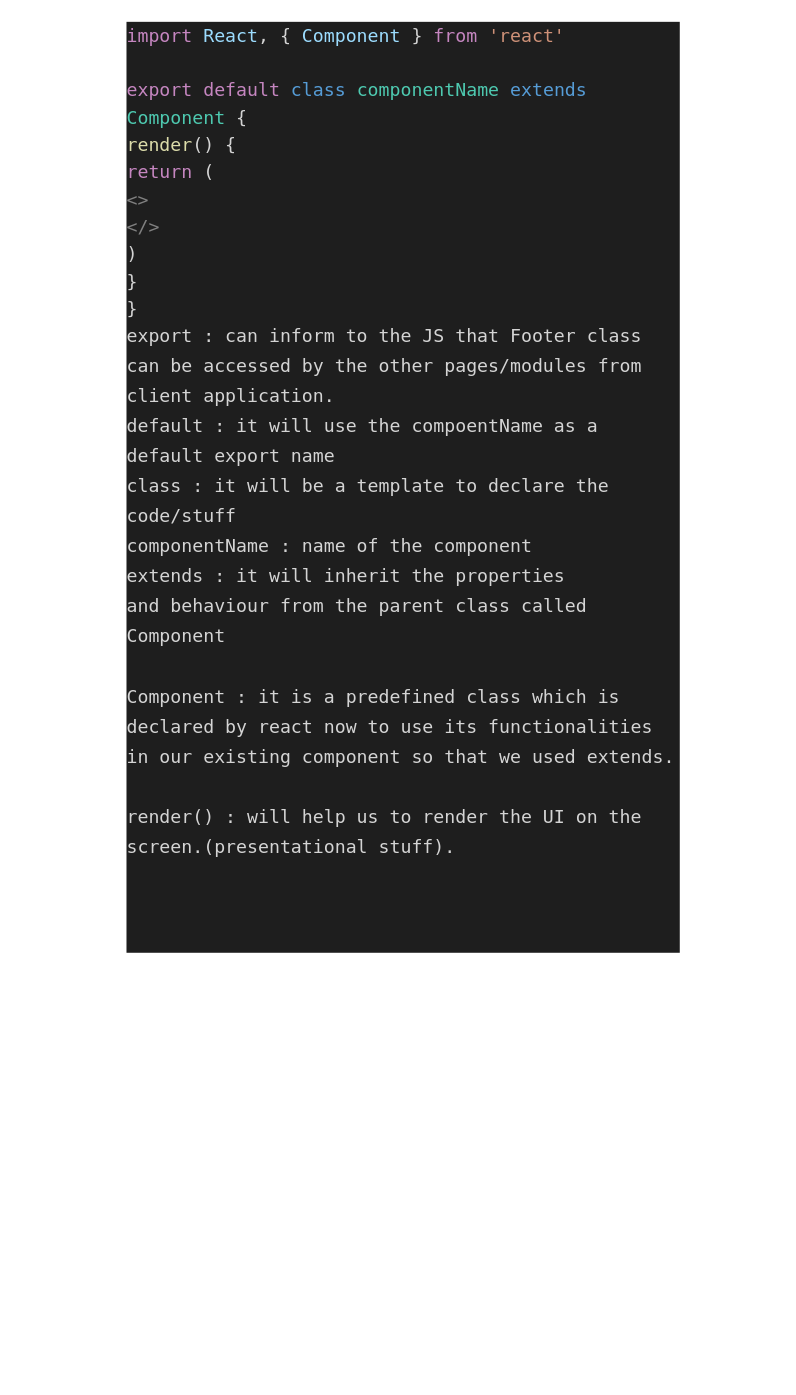
Earlier version of the draw.io diagram page "Page-9" (9 of 9) of Untitled Diagram.drawio (abhinandanchivate/khweekendMERN). Source tidied: cells renumbered, new cells numbered last; positions are measured from the earlier drawing's top-left corner, leaving out a move shared by most shapes. Both pictures are drawn from the tidied source at 91%, with x=0, y=0 at pixel (125, 15). Pictures stored in the file or linked from it are replaced by grey dashed boxes.
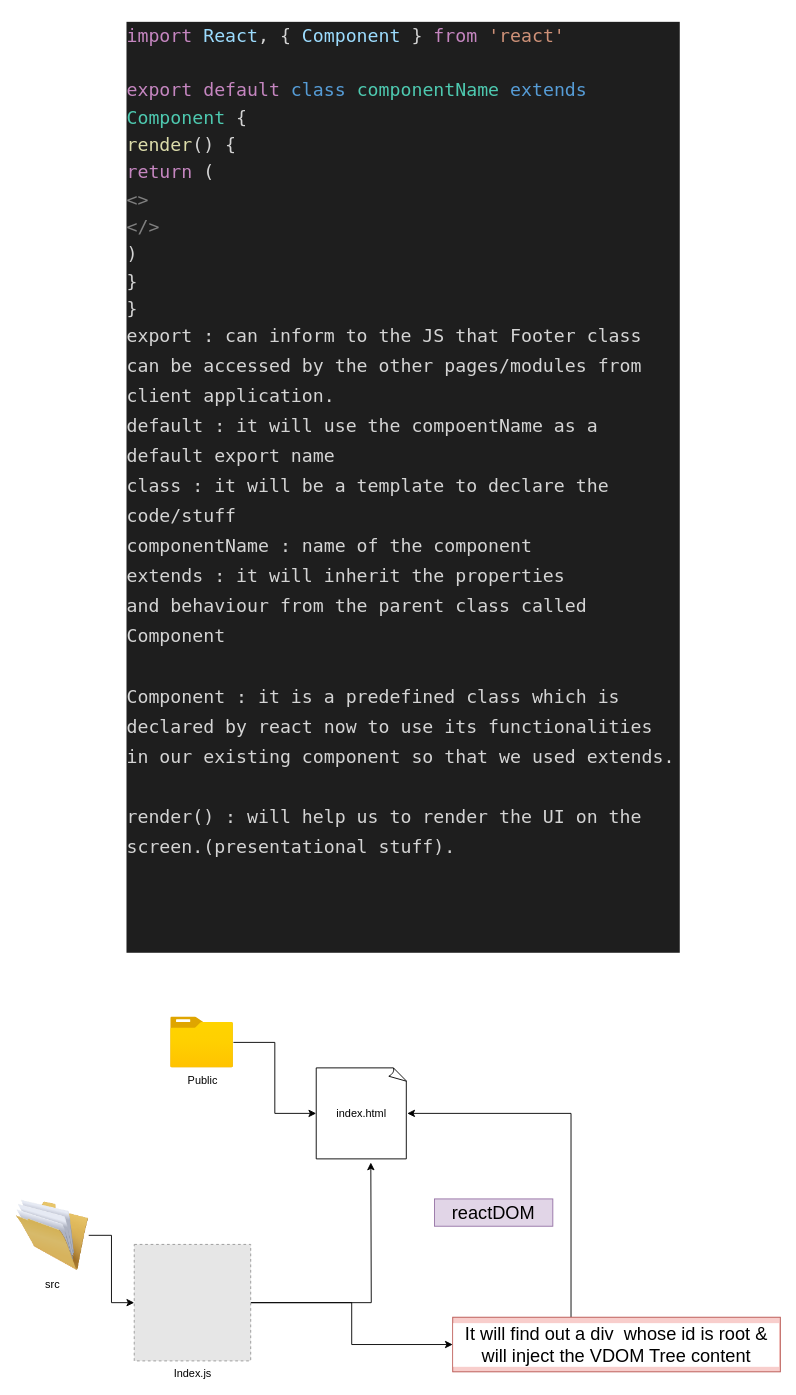
Above is the later version.

Diff of the diagram source:
```diff
@@
 <mxGraphModel>
   <root>
     <mxCell id="0" />
     <mxCell id="1" parent="0" />
     <mxCell id="2" value="&lt;div style=&quot;text-align: start; text-indent: 0px; background-color: rgb(30, 30, 30); line-height: 30px;&quot;&gt;&lt;div style=&quot;color: rgb(212, 212, 212); font-family: Menlo, Monaco, &amp;quot;Courier New&amp;quot;, monospace; font-size: 20px; font-style: normal; font-variant-caps: normal; font-weight: normal; letter-spacing: normal; text-transform: none; word-spacing: 0px; text-decoration: none; -webkit-text-stroke-width: 0px;&quot;&gt;&lt;span style=&quot;color: rgb(197, 134, 192);&quot;&gt;import&lt;/span&gt;&lt;span style=&quot;color: rgb(212, 212, 212);&quot;&gt; &lt;/span&gt;&lt;span style=&quot;color: rgb(156, 220, 254);&quot;&gt;React&lt;/span&gt;&lt;span style=&quot;color: rgb(212, 212, 212);&quot;&gt;, { &lt;/span&gt;&lt;span style=&quot;color: rgb(156, 220, 254);&quot;&gt;Component&lt;/span&gt;&lt;span style=&quot;color: rgb(212, 212, 212);&quot;&gt; } &lt;/span&gt;&lt;span style=&quot;color: rgb(197, 134, 192);&quot;&gt;from&lt;/span&gt;&lt;span style=&quot;color: rgb(212, 212, 212);&quot;&gt; &lt;/span&gt;&lt;span style=&quot;color: rgb(206, 145, 120);&quot;&gt;'react'&lt;/span&gt;&lt;/div&gt;&lt;br&gt;&lt;div style=&quot;color: rgb(212, 212, 212); font-family: Menlo, Monaco, &amp;quot;Courier New&amp;quot;, monospace; font-size: 20px; font-style: normal; font-variant-caps: normal; font-weight: normal; letter-spacing: normal; text-transform: none; word-spacing: 0px; text-decoration: none; -webkit-text-stroke-width: 0px;&quot;&gt;&lt;span style=&quot;color: rgb(197, 134, 192);&quot;&gt;export&lt;/span&gt;&lt;span style=&quot;color: rgb(212, 212, 212);&quot;&gt; &lt;/span&gt;&lt;span style=&quot;color: rgb(197, 134, 192);&quot;&gt;default&lt;/span&gt;&lt;span style=&quot;color: rgb(212, 212, 212);&quot;&gt; &lt;/span&gt;&lt;span style=&quot;color: rgb(86, 156, 214);&quot;&gt;class&lt;/span&gt;&lt;span style=&quot;color: rgb(212, 212, 212);&quot;&gt; &lt;/span&gt;&lt;span style=&quot;color: rgb(78, 201, 176);&quot;&gt;componentName&lt;/span&gt;&lt;span style=&quot;color: rgb(212, 212, 212);&quot;&gt; &lt;/span&gt;&lt;span style=&quot;color: rgb(86, 156, 214);&quot;&gt;extends&lt;/span&gt;&lt;span style=&quot;color: rgb(212, 212, 212);&quot;&gt; &lt;/span&gt;&lt;span style=&quot;color: rgb(78, 201, 176);&quot;&gt;Component&lt;/span&gt;&lt;span style=&quot;color: rgb(212, 212, 212);&quot;&gt; {&lt;/span&gt;&lt;/div&gt;&lt;div style=&quot;color: rgb(212, 212, 212); font-family: Menlo, Monaco, &amp;quot;Courier New&amp;quot;, monospace; font-size: 20px; font-style: normal; font-variant-caps: normal; font-weight: normal; letter-spacing: normal; text-transform: none; word-spacing: 0px; text-decoration: none; -webkit-text-stroke-width: 0px;&quot;&gt;&lt;span style=&quot;color: rgb(212, 212, 212);&quot;&gt;  &lt;/span&gt;&lt;span style=&quot;color: rgb(220, 220, 170);&quot;&gt;render&lt;/span&gt;&lt;span style=&quot;color: rgb(212, 212, 212);&quot;&gt;() {&lt;/span&gt;&lt;/div&gt;&lt;div style=&quot;color: rgb(212, 212, 212); font-family: Menlo, Monaco, &amp;quot;Courier New&amp;quot;, monospace; font-size: 20px; font-style: normal; font-variant-caps: normal; font-weight: normal; letter-spacing: normal; text-transform: none; word-spacing: 0px; text-decoration: none; -webkit-text-stroke-width: 0px;&quot;&gt;&lt;span style=&quot;color: rgb(212, 212, 212);&quot;&gt;    &lt;/span&gt;&lt;span style=&quot;color: rgb(197, 134, 192);&quot;&gt;return&lt;/span&gt;&lt;span style=&quot;color: rgb(212, 212, 212);&quot;&gt; (&lt;/span&gt;&lt;/div&gt;&lt;div style=&quot;color: rgb(212, 212, 212); font-family: Menlo, Monaco, &amp;quot;Courier New&amp;quot;, monospace; font-size: 20px; font-style: normal; font-variant-caps: normal; font-weight: normal; letter-spacing: normal; text-transform: none; word-spacing: 0px; text-decoration: none; -webkit-text-stroke-width: 0px;&quot;&gt;&lt;span style=&quot;color: rgb(212, 212, 212);&quot;&gt;      &lt;/span&gt;&lt;span style=&quot;color: rgb(128, 128, 128);&quot;&gt;&amp;lt;&amp;gt;&lt;/span&gt;&lt;/div&gt;&lt;div style=&quot;color: rgb(212, 212, 212); font-family: Menlo, Monaco, &amp;quot;Courier New&amp;quot;, monospace; font-size: 20px; font-style: normal; font-variant-caps: normal; font-weight: normal; letter-spacing: normal; text-transform: none; word-spacing: 0px; text-decoration: none; -webkit-text-stroke-width: 0px;&quot;&gt;&lt;span style=&quot;color: rgb(212, 212, 212);&quot;&gt;        &lt;/span&gt;&lt;/div&gt;&lt;div style=&quot;color: rgb(212, 212, 212); font-family: Menlo, Monaco, &amp;quot;Courier New&amp;quot;, monospace; font-size: 20px; font-style: normal; font-variant-caps: normal; font-weight: normal; letter-spacing: normal; text-transform: none; word-spacing: 0px; text-decoration: none; -webkit-text-stroke-width: 0px;&quot;&gt;&lt;span style=&quot;color: rgb(212, 212, 212);&quot;&gt;      &lt;/span&gt;&lt;span style=&quot;color: rgb(128, 128, 128);&quot;&gt;&amp;lt;/&amp;gt;&lt;/span&gt;&lt;/div&gt;&lt;div style=&quot;color: rgb(212, 212, 212); font-family: Menlo, Monaco, &amp;quot;Courier New&amp;quot;, monospace; font-size: 20px; font-style: normal; font-variant-caps: normal; font-weight: normal; letter-spacing: normal; text-transform: none; word-spacing: 0px; text-decoration: none; -webkit-text-stroke-width: 0px;&quot;&gt;&lt;span style=&quot;color: rgb(212, 212, 212);&quot;&gt;    )&lt;/span&gt;&lt;/div&gt;&lt;div style=&quot;color: rgb(212, 212, 212); font-family: Menlo, Monaco, &amp;quot;Courier New&amp;quot;, monospace; font-size: 20px; font-style: normal; font-variant-caps: normal; font-weight: normal; letter-spacing: normal; text-transform: none; word-spacing: 0px; text-decoration: none; -webkit-text-stroke-width: 0px;&quot;&gt;&lt;span style=&quot;color: rgb(212, 212, 212);&quot;&gt;  }&lt;/span&gt;&lt;/div&gt;&lt;div style=&quot;color: rgb(212, 212, 212); font-family: Menlo, Monaco, &amp;quot;Courier New&amp;quot;, monospace; font-size: 20px; font-style: normal; font-variant-caps: normal; font-weight: normal; letter-spacing: normal; text-transform: none; word-spacing: 0px; text-decoration: none; -webkit-text-stroke-width: 0px;&quot;&gt;&lt;span style=&quot;color: rgb(212, 212, 212);&quot;&gt;}&lt;/span&gt;&lt;/div&gt;&lt;div&gt;&lt;font face=&quot;Menlo, Monaco, Courier New, monospace&quot; color=&quot;#d4d4d4&quot;&gt;&lt;span style=&quot;font-size: 20px;&quot;&gt;export : can inform to the JS&amp;nbsp;that Footer class can be accessed by the other pages/modules from client application.&lt;/span&gt;&lt;/font&gt;&lt;/div&gt;&lt;div&gt;&lt;font face=&quot;Menlo, Monaco, Courier New, monospace&quot; color=&quot;#d4d4d4&quot;&gt;&lt;span style=&quot;font-size: 20px;&quot;&gt;default : it will use the compoentName as a default export name&lt;/span&gt;&lt;/font&gt;&lt;/div&gt;&lt;div&gt;&lt;font face=&quot;Menlo, Monaco, Courier New, monospace&quot; color=&quot;#d4d4d4&quot;&gt;&lt;span style=&quot;font-size: 20px;&quot;&gt;class : it will be a template to declare the code/stuff&lt;/span&gt;&lt;/font&gt;&lt;/div&gt;&lt;div&gt;&lt;font face=&quot;Menlo, Monaco, Courier New, monospace&quot; color=&quot;#d4d4d4&quot;&gt;&lt;span style=&quot;caret-color: rgb(212, 212, 212); font-size: 20px;&quot;&gt;componentName : name of the&amp;nbsp;component&lt;/span&gt;&lt;/font&gt;&lt;/div&gt;&lt;div&gt;&lt;font face=&quot;Menlo, Monaco, Courier New, monospace&quot; color=&quot;#d4d4d4&quot;&gt;&lt;span style=&quot;font-size: 20px;&quot;&gt;extends : it will&amp;nbsp;inherit the properties and&amp;nbsp;&lt;/span&gt;&lt;span style=&quot;caret-color: rgb(212, 212, 212); font-size: 20px;&quot;&gt;behaviour from the parent class called Component&lt;/span&gt;&lt;/font&gt;&lt;/div&gt;&lt;div&gt;&lt;font face=&quot;Menlo, Monaco, Courier New, monospace&quot; color=&quot;#d4d4d4&quot;&gt;&lt;span style=&quot;caret-color: rgb(212, 212, 212); font-size: 20px;&quot;&gt;&lt;br&gt;&lt;/span&gt;&lt;/font&gt;&lt;/div&gt;&lt;div&gt;&lt;font face=&quot;Menlo, Monaco, Courier New, monospace&quot; color=&quot;#d4d4d4&quot;&gt;&lt;span style=&quot;caret-color: rgb(212, 212, 212); font-size: 20px;&quot;&gt;Component : it is a predefined class which is declared by react now to use its functionalities in our&amp;nbsp;existing component so that we used extends.&lt;/span&gt;&lt;/font&gt;&lt;/div&gt;&lt;div&gt;&lt;font face=&quot;Menlo, Monaco, Courier New, monospace&quot; color=&quot;#d4d4d4&quot;&gt;&lt;span style=&quot;caret-color: rgb(212, 212, 212); font-size: 20px;&quot;&gt;&lt;br&gt;&lt;/span&gt;&lt;/font&gt;&lt;/div&gt;&lt;div&gt;&lt;font face=&quot;Menlo, Monaco, Courier New, monospace&quot; color=&quot;#d4d4d4&quot;&gt;&lt;span style=&quot;caret-color: rgb(212, 212, 212); font-size: 20px;&quot;&gt;render() : will help us to render the UI on the screen.(presentational stuff).&lt;/span&gt;&lt;/font&gt;&lt;/div&gt;&lt;div&gt;&lt;font face=&quot;Menlo, Monaco, Courier New, monospace&quot; color=&quot;#d4d4d4&quot;&gt;&lt;span style=&quot;caret-color: rgb(212, 212, 212); font-size: 20px;&quot;&gt;&lt;br&gt;&lt;/span&gt;&lt;/font&gt;&lt;/div&gt;&lt;div&gt;&lt;font face=&quot;Menlo, Monaco, Courier New, monospace&quot; color=&quot;#d4d4d4&quot;&gt;&lt;span style=&quot;font-size: 20px;&quot;&gt;&lt;br&gt;&lt;/span&gt;&lt;/font&gt;&lt;/div&gt;&lt;div&gt;&lt;font face=&quot;Menlo, Monaco, Courier New, monospace&quot; color=&quot;#d4d4d4&quot;&gt;&lt;span style=&quot;font-size: 20px;&quot;&gt;&lt;br&gt;&lt;/span&gt;&lt;/font&gt;&lt;/div&gt;&lt;/div&gt;" style="text;whiteSpace=wrap;html=1;" parent="1" vertex="1">
       <mxGeometry width="610" height="360" as="geometry" />
     </mxCell>
+    <mxCell id="3" value="index.html" style="whiteSpace=wrap;html=1;shape=mxgraph.basic.document;" parent="1" vertex="1">
+      <mxGeometry x="210" y="1156" width="100" height="100" as="geometry" />
+    </mxCell>
+    <mxCell id="4" style="edgeStyle=orthogonalEdgeStyle;rounded=0;jettySize=auto;html=1;" parent="1" edge="1" source="5" target="3">
+      <mxGeometry relative="1" as="geometry" />
+    </mxCell>
+    <mxCell id="5" value="Public" style="html=1;points=[];align=center;image;fontSize=12;image=img/lib/azure2/general/Folder_Blank.svg;" parent="1" vertex="1">
+      <mxGeometry x="50" y="1100" width="69" height="56" as="geometry" />
+    </mxCell>
+    <mxCell id="6" style="edgeStyle=orthogonalEdgeStyle;rounded=0;jettySize=auto;html=1;" parent="1" edge="1" source="8">
+      <mxGeometry relative="1" as="geometry">
+        <mxPoint x="270" y="1260" as="targetPoint" />
+      </mxGeometry>
+    </mxCell>
+    <mxCell id="7" style="edgeStyle=orthogonalEdgeStyle;rounded=0;jettySize=auto;html=1;" parent="1" edge="1" source="8" target="12">
+      <mxGeometry relative="1" as="geometry" />
+    </mxCell>
+    <mxCell id="8" value="Index.js" style="fillColor=#E6E6E6;strokeColor=#999999;dashed=1;html=1;verticalAlign=top;verticalLabelPosition=bottom;labelBackgroundColor=#ffffff;" parent="1" vertex="1">
+      <mxGeometry x="10" y="1350" width="128" height="128" as="geometry" />
+    </mxCell>
+    <mxCell id="9" style="edgeStyle=orthogonalEdgeStyle;rounded=0;jettySize=auto;html=1;" parent="1" edge="1" source="10" target="8">
+      <mxGeometry relative="1" as="geometry" />
+    </mxCell>
+    <mxCell id="10" value="src" style="image;html=1;image=img/lib/clip_art/general/Full_Folder_128x128.png;" parent="1" vertex="1">
+      <mxGeometry x="-120" y="1300" width="80" height="80" as="geometry" />
+    </mxCell>
+    <mxCell id="11" style="edgeStyle=orthogonalEdgeStyle;rounded=0;jettySize=auto;html=1;entryX=1;entryY=0.5;entryDx=0;entryDy=0;entryPerimeter=0;fontSize=20;" parent="1" edge="1" source="12" target="3">
+      <mxGeometry relative="1" as="geometry">
+        <Array as="points">
+          <mxPoint x="490" y="1206" />
+        </Array>
+      </mxGeometry>
+    </mxCell>
+    <mxCell id="12" value="It will find out a div &amp;nbsp;whose id is root &amp;amp; will inject the VDOM Tree content" style="whiteSpace=wrap;html=1;verticalAlign=top;labelBackgroundColor=#ffffff;fontSize=20;fillColor=#f8cecc;strokeColor=#b85450;" parent="1" vertex="1">
+      <mxGeometry x="360" y="1430" width="360" height="60" as="geometry" />
+    </mxCell>
+    <mxCell id="13" value="reactDOM" style="text;html=1;strokeColor=#9673a6;fillColor=#e1d5e7;align=center;verticalAlign=middle;whiteSpace=wrap;rounded=0;fontSize=20;" parent="1" vertex="1">
+      <mxGeometry x="340" y="1300" width="130" height="30" as="geometry" />
+    </mxCell>
   </root>
 </mxGraphModel>
```
